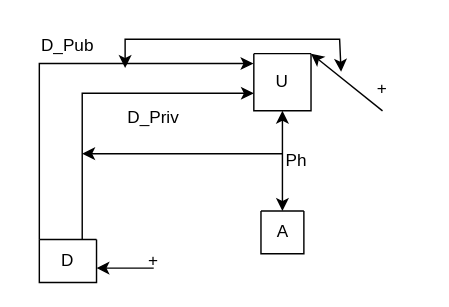
This is Dyplom/rys03/dodawanie_dokumentów_schemat.drawio from Golec5000/HarmonyHomeNet, a draw.io file, before an edit. Source tidied: cells renumbered, new cells numbered last; positions are measured from the earlier drawing's top-left corner, leaving out a move shared by most shapes. Both pictures are drawn from the tidied source at 143%, with x=0, y=0 at pixel (24, 24).
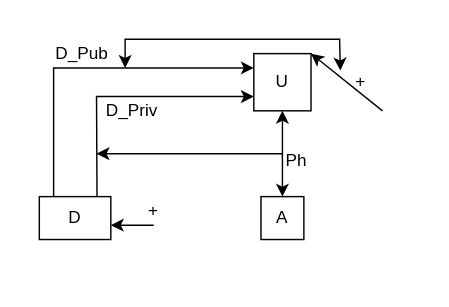
The same diagram, later.

Diff of the diagram source:
```diff
@@
-    <mxCell id="2" style="swimlane;startSize=0;" parent="1" vertex="1">
-      <mxGeometry x="165" y="130" width="30" height="30" as="geometry" />
-    </mxCell>
-    <mxCell id="3" style="swimlane;startSize=0;" parent="1" vertex="1">
-      <mxGeometry x="160" y="20" width="40" height="40" as="geometry" />
-    </mxCell>
-    <mxCell id="4" value="U" style="text;html=1;align=center;verticalAlign=middle;whiteSpace=wrap;rounded=0;" parent="3" vertex="1">
-      <mxGeometry x="-10" y="5" width="60" height="30" as="geometry" />
-    </mxCell>
-    <mxCell id="5" style="swimlane;startSize=0;" parent="1" vertex="1">
-      <mxGeometry x="10" y="150" width="40" height="30" as="geometry" />
-    </mxCell>
-    <mxCell id="6" value="D" style="text;html=1;align=center;verticalAlign=middle;whiteSpace=wrap;rounded=0;" parent="5" vertex="1">
-      <mxGeometry x="-10" width="60" height="30" as="geometry" />
-    </mxCell>
-    <mxCell id="7" style="edgeStyle=orthogonalEdgeStyle;rounded=0;jettySize=auto;html=1;exitX=0.75;exitY=0;exitDx=0;exitDy=0;entryX=0;entryY=0.693;entryDx=0;entryDy=0;entryPerimeter=0;" parent="1" edge="1" source="5" target="3">
-      <mxGeometry relative="1" as="geometry" />
+    <mxCell id="7" style="edgeStyle=orthogonalEdgeStyle;rounded=0;jettySize=auto;html=1;entryX=0;entryY=0.75;entryDx=0;entryDy=0;exitX=0.806;exitY=0.002;exitDx=0;exitDy=0;exitPerimeter=0;" parent="1" edge="1" source="6">
+      <mxGeometry relative="1" as="geometry">
+        <mxPoint x="160" y="50" as="targetPoint" />
+        <Array as="points">
+          <mxPoint x="50" y="110" />
+          <mxPoint x="50" y="110" />
+          <mxPoint x="50" y="50" />
+        </Array>
+      </mxGeometry>
     </mxCell>
-    <mxCell id="8" style="edgeStyle=orthogonalEdgeStyle;rounded=0;jettySize=auto;html=1;exitX=0;exitY=0;exitDx=0;exitDy=0;entryX=-0.007;entryY=0.173;entryDx=0;entryDy=0;entryPerimeter=0;" parent="1" edge="1" source="5" target="3">
-      <mxGeometry relative="1" as="geometry" />
+    <mxCell id="8" style="edgeStyle=orthogonalEdgeStyle;rounded=0;orthogonalLoop=1;jettySize=auto;html=1;entryX=0;entryY=0.25;entryDx=0;entryDy=0;" parent="1" edge="1">
+      <mxGeometry relative="1" as="geometry">
+        <mxPoint x="20" y="120" as="sourcePoint" />
+        <mxPoint x="160" y="30" as="targetPoint" />
+        <Array as="points">
+          <mxPoint x="20" y="120" />
+          <mxPoint x="20" y="30" />
+        </Array>
+      </mxGeometry>
     </mxCell>
-    <mxCell id="9" style="endArrow=classic;startArrow=classic;html=1;rounded=0;exitX=0.5;exitY=0;exitDx=0;exitDy=0;entryX=0.5;entryY=1;entryDx=0;entryDy=0;" parent="1" edge="1" source="2" target="3">
-      <mxGeometry relative="1" as="geometry" />
+    <mxCell id="9" style="endArrow=classic;startArrow=classic;html=1;rounded=0;exitX=0.5;exitY=0;exitDx=0;exitDy=0;entryX=0.5;entryY=1;entryDx=0;entryDy=0;" parent="1" edge="1" source="19">
+      <mxGeometry relative="1" as="geometry">
+        <mxPoint x="180" y="60" as="targetPoint" />
+      </mxGeometry>
     </mxCell>
     <mxCell id="10" style="endArrow=classic;html=1;rounded=0;" parent="1" edge="1">
       <mxGeometry relative="1" as="geometry">
         <mxPoint x="180" y="90" as="sourcePoint" />
-        <mxPoint x="40" y="90" as="targetPoint" />
+        <mxPoint x="50" y="90" as="targetPoint" />
       </mxGeometry>
     </mxCell>
     <mxCell id="11" value="Ph" style="text;html=1;align=center;verticalAlign=middle;whiteSpace=wrap;rounded=0;" parent="1" vertex="1">
-      <mxGeometry x="160" y="80" width="60" height="30" as="geometry" />
+      <mxGeometry x="180" y="80" width="20" height="30" as="geometry" />
     </mxCell>
@@
-    <mxCell id="13" style="endArrow=classic;html=1;rounded=0;" parent="1" edge="1">
+    <mxCell id="13" style="endArrow=classic;html=1;rounded=0;exitX=0.5;exitY=1;exitDx=0;exitDy=0;" parent="1" edge="1" source="17">
       <mxGeometry relative="1" as="geometry">
-        <mxPoint x="90" y="170" as="sourcePoint" />
-        <mxPoint x="50" y="170" as="targetPoint" />
+        <mxPoint x="60" y="140" as="targetPoint" />
       </mxGeometry>
     </mxCell>
     <mxCell id="14" value="+" style="text;html=1;align=center;verticalAlign=middle;whiteSpace=wrap;rounded=0;" parent="1" vertex="1">
-      <mxGeometry x="220" y="30" width="60" height="30" as="geometry" />
+      <mxGeometry x="220" y="30" width="30" height="20" as="geometry" />
     </mxCell>
     <mxCell id="15" value="D_Pub" style="text;html=1;align=center;verticalAlign=middle;whiteSpace=wrap;rounded=0;" parent="1" vertex="1">
-      <mxGeometry width="60" height="30" as="geometry" />
+      <mxGeometry x="20" y="10" width="40" height="20" as="geometry" />
     </mxCell>
     <mxCell id="16" value="D_Priv" style="text;html=1;align=center;verticalAlign=middle;whiteSpace=wrap;rounded=0;" parent="1" vertex="1">
-      <mxGeometry x="60" y="50" width="60" height="30" as="geometry" />
+      <mxGeometry x="50" y="50" width="50" height="20" as="geometry" />
     </mxCell>
     <mxCell id="17" value="+" style="text;html=1;align=center;verticalAlign=middle;whiteSpace=wrap;rounded=0;" parent="1" vertex="1">
-      <mxGeometry x="60" y="150" width="60" height="30" as="geometry" />
+      <mxGeometry x="80" y="120" width="20" height="20" as="geometry" />
     </mxCell>
@@
+    <mxCell id="6" value="D" style="rounded=0;whiteSpace=wrap;html=1;" parent="1" vertex="1">
+      <mxGeometry x="10" y="120" width="50" height="30" as="geometry" />
+    </mxCell>
-    <mxCell id="19" value="A" style="text;html=1;align=center;verticalAlign=middle;whiteSpace=wrap;rounded=0;" parent="1" vertex="1">
-      <mxGeometry x="152.5" y="130" width="55" height="30" as="geometry" />
+    <mxCell id="19" value="A" style="rounded=0;whiteSpace=wrap;html=1;" parent="1" vertex="1">
+      <mxGeometry x="165" y="120" width="30" height="30" as="geometry" />
     </mxCell>
+    <mxCell id="4" value="U" style="rounded=0;whiteSpace=wrap;html=1;" parent="1" vertex="1">
+      <mxGeometry x="160" y="20" width="40" height="40" as="geometry" />
+    </mxCell>
```
